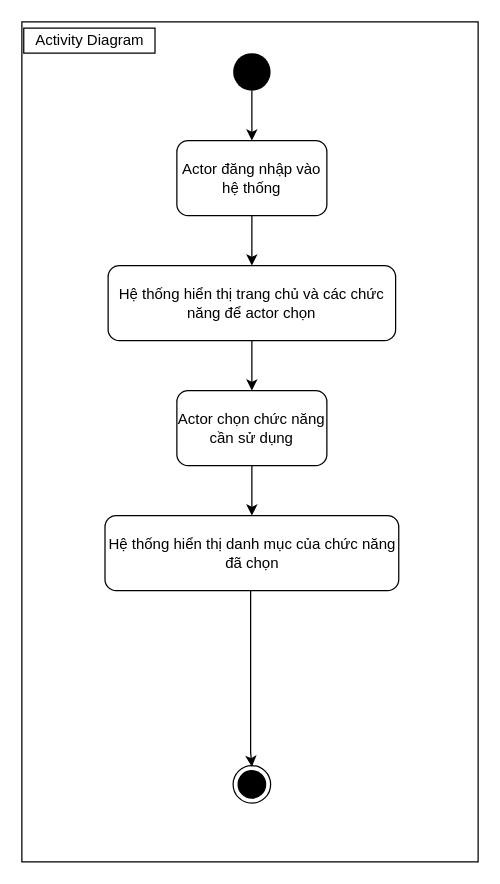
Earlier version of the draw.io diagram Thiết kế/Activity/Quản lý danh mục.drawio (CNPM-Team-1/CNPM). Source tidied: cells renumbered, new cells numbered last; positions are measured from the earlier drawing's top-left corner, leaving out a move shared by most shapes. Both pictures are drawn from the tidied source at 125%, with x=0, y=0 at pixel (21, 21).
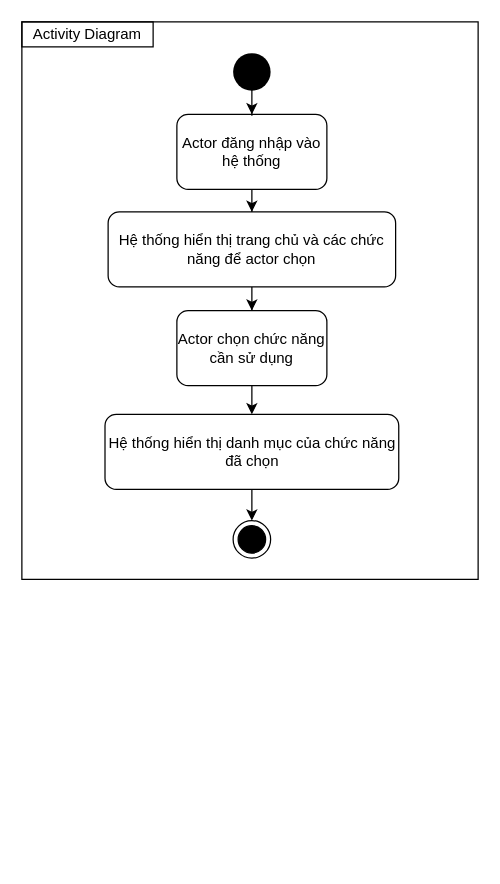
After the change.

Diff of the diagram source:
```diff
@@
 <mxGraphModel>
   <root>
     <mxCell id="0" />
     <mxCell id="1" parent="0" />
     <mxCell id="2" style="rounded=0;whiteSpace=wrap;html=1;fillColor=none;" parent="1" vertex="1">
-      <mxGeometry width="365" height="672" as="geometry" />
+      <mxGeometry width="365" height="446" as="geometry" />
     </mxCell>
     <mxCell id="3" style="edgeStyle=orthogonalEdgeStyle;rounded=0;jettySize=auto;html=1;" parent="1" edge="1" source="4" target="9">
       <mxGeometry relative="1" as="geometry" />
     </mxCell>
     <mxCell id="4" value="Actor đăng nhập vào hệ thống" style="rounded=1;whiteSpace=wrap;html=1;" parent="1" vertex="1">
-      <mxGeometry x="124" y="95" width="120" height="60" as="geometry" />
+      <mxGeometry x="124" y="74" width="120" height="60" as="geometry" />
     </mxCell>
-    <mxCell id="5" style="ellipse;html=1;shape=endState;fillColor=#000000;strokeColor=#000000;" parent="1" vertex="1">
-      <mxGeometry x="169" y="595" width="30" height="30" as="geometry" />
-    </mxCell>
     <mxCell id="6" style="edgeStyle=orthogonalEdgeStyle;rounded=0;jettySize=auto;html=1;" parent="1" edge="1" source="7" target="4">
       <mxGeometry relative="1" as="geometry" />
     </mxCell>
     <mxCell id="7" style="ellipse;fillColor=#000000;strokeColor=none;" parent="1" vertex="1">
       <mxGeometry x="169" y="25" width="30" height="30" as="geometry" />
     </mxCell>
     <mxCell id="8" style="edgeStyle=orthogonalEdgeStyle;rounded=0;jettySize=auto;html=1;" parent="1" edge="1" source="9" target="11">
       <mxGeometry relative="1" as="geometry" />
     </mxCell>
     <mxCell id="9" value="Hệ thống hiển thị trang chủ và các chức năng để actor chọn" style="rounded=1;whiteSpace=wrap;html=1;" parent="1" vertex="1">
-      <mxGeometry x="69" y="195" width="230" height="60" as="geometry" />
+      <mxGeometry x="69" y="152" width="230" height="60" as="geometry" />
     </mxCell>
     <mxCell id="10" style="edgeStyle=orthogonalEdgeStyle;rounded=0;jettySize=auto;html=1;" parent="1" edge="1" source="11" target="13">
       <mxGeometry relative="1" as="geometry" />
     </mxCell>
     <mxCell id="11" value="Actor chọn chức năng cần sử dụng" style="rounded=1;whiteSpace=wrap;html=1;" parent="1" vertex="1">
-      <mxGeometry x="124" y="295" width="120" height="60" as="geometry" />
+      <mxGeometry x="124" y="231" width="120" height="60" as="geometry" />
     </mxCell>
-    <mxCell id="12" style="edgeStyle=orthogonalEdgeStyle;rounded=0;jettySize=auto;html=1;" parent="1" edge="1" source="13">
-      <mxGeometry relative="1" as="geometry">
-        <mxPoint x="184" y="596" as="targetPoint" />
-        <Array as="points">
-          <mxPoint x="183" y="584" />
-          <mxPoint x="183" y="584" />
-        </Array>
-      </mxGeometry>
-    </mxCell>
     <mxCell id="13" value="Hệ thống hiển thị danh mục của chức năng đã chọn" style="rounded=1;whiteSpace=wrap;html=1;" parent="1" vertex="1">
-      <mxGeometry x="66.5" y="395" width="235" height="60" as="geometry" />
+      <mxGeometry x="66.5" y="314" width="235" height="60" as="geometry" />
     </mxCell>
     <mxCell id="14" value="Activity Diagram" style="rounded=0;whiteSpace=wrap;html=1;fillColor=none;" parent="1" vertex="1">
-      <mxGeometry x="1.5" y="5" width="105" height="20" as="geometry" />
+      <mxGeometry width="105" height="20" as="geometry" />
     </mxCell>
+    <mxCell id="5" style="ellipse;html=1;shape=endState;fillColor=#000000;strokeColor=#000000;" parent="1" vertex="1">
+      <mxGeometry x="169" y="399" width="30" height="30" as="geometry" />
+    </mxCell>
+    <mxCell id="15" style="edgeStyle=orthogonalEdgeStyle;rounded=0;jettySize=auto;html=1;" parent="1" edge="1" source="13" target="5">
+      <mxGeometry relative="1" as="geometry" />
+    </mxCell>
+    <mxCell id="16" style="edgeStyle=orthogonalEdgeStyle;rounded=0;orthogonalLoop=1;jettySize=auto;html=1;exitX=0.5;exitY=1;exitDx=0;exitDy=0;" parent="1" edge="1" source="2" target="2">
+      <mxGeometry relative="1" as="geometry" />
+    </mxCell>
   </root>
 </mxGraphModel>
```
